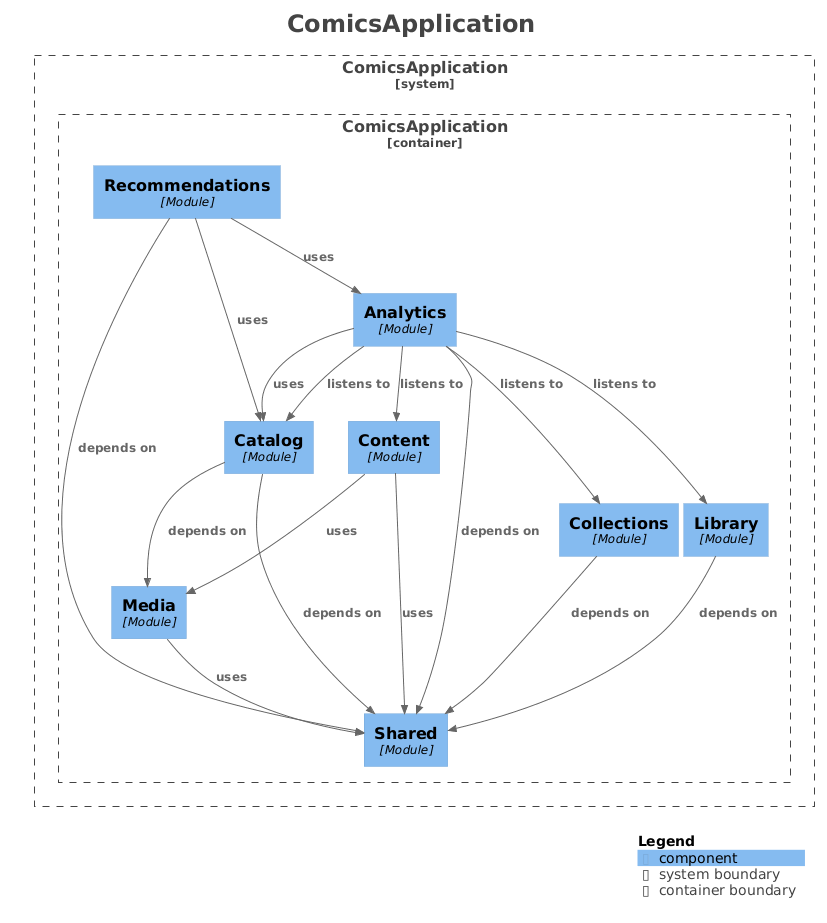
This is misc/images/c4-modules-diagram.png from harakki/comics-backend, a PlantUML export, as it was before one commit.
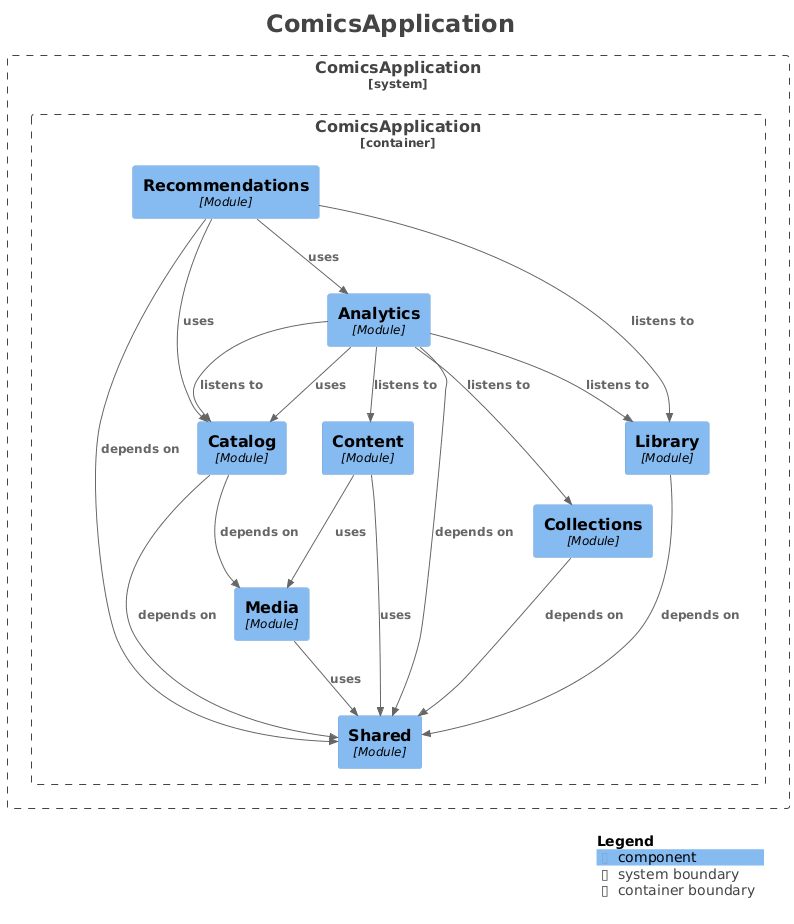
After the change.

Change to the diagram source:
```diff
@@ -29,22 +29,23 @@
 
 }
 
+Rel(ComicsApplication.ComicsApplication.Media, ComicsApplication.ComicsApplication.Shared, "uses", $techn="", $tags="", $link="")
 Rel(ComicsApplication.ComicsApplication.Library, ComicsApplication.ComicsApplication.Shared, "depends on", $techn="", $tags="", $link="")
 Rel(ComicsApplication.ComicsApplication.Catalog, ComicsApplication.ComicsApplication.Shared, "depends on", $techn="", $tags="", $link="")
 Rel(ComicsApplication.ComicsApplication.Catalog, ComicsApplication.ComicsApplication.Media, "depends on", $techn="", $tags="", $link="")
+Rel(ComicsApplication.ComicsApplication.Recommendations, ComicsApplication.ComicsApplication.Library, "listens to", $techn="", $tags="", $link="")
+Rel(ComicsApplication.ComicsApplication.Recommendations, ComicsApplication.ComicsApplication.Shared, "depends on", $techn="", $tags="", $link="")
+Rel(ComicsApplication.ComicsApplication.Recommendations, ComicsApplication.ComicsApplication.Analytics, "uses", $techn="", $tags="", $link="")
+Rel(ComicsApplication.ComicsApplication.Recommendations, ComicsApplication.ComicsApplication.Catalog, "uses", $techn="", $tags="", $link="")
+Rel(ComicsApplication.ComicsApplication.Collections, ComicsApplication.ComicsApplication.Shared, "depends on", $techn="", $tags="", $link="")
+Rel(ComicsApplication.ComicsApplication.Content, ComicsApplication.ComicsApplication.Media, "uses", $techn="", $tags="", $link="")
+Rel(ComicsApplication.ComicsApplication.Content, ComicsApplication.ComicsApplication.Shared, "uses", $techn="", $tags="", $link="")
+Rel(ComicsApplication.ComicsApplication.Analytics, ComicsApplication.ComicsApplication.Catalog, "listens to", $techn="", $tags="", $link="")
+Rel(ComicsApplication.ComicsApplication.Analytics, ComicsApplication.ComicsApplication.Library, "listens to", $techn="", $tags="", $link="")
 Rel(ComicsApplication.ComicsApplication.Analytics, ComicsApplication.ComicsApplication.Collections, "listens to", $techn="", $tags="", $link="")
 Rel(ComicsApplication.ComicsApplication.Analytics, ComicsApplication.ComicsApplication.Content, "listens to", $techn="", $tags="", $link="")
-Rel(ComicsApplication.ComicsApplication.Analytics, ComicsApplication.ComicsApplication.Catalog, "listens to", $techn="", $tags="", $link="")
-Rel(ComicsApplication.ComicsApplication.Analytics, ComicsApplication.ComicsApplication.Library, "listens to", $techn="", $tags="", $link="")
 Rel(ComicsApplication.ComicsApplication.Analytics, ComicsApplication.ComicsApplication.Shared, "depends on", $techn="", $tags="", $link="")
 Rel(ComicsApplication.ComicsApplication.Analytics, ComicsApplication.ComicsApplication.Catalog, "uses", $techn="", $tags="", $link="")
-Rel(ComicsApplication.ComicsApplication.Media, ComicsApplication.ComicsApplication.Shared, "uses", $techn="", $tags="", $link="")
-Rel(ComicsApplication.ComicsApplication.Collections, ComicsApplication.ComicsApplication.Shared, "depends on", $techn="", $tags="", $link="")
-Rel(ComicsApplication.ComicsApplication.Recommendations, ComicsApplication.ComicsApplication.Shared, "depends on", $techn="", $tags="", $link="")
-Rel(ComicsApplication.ComicsApplication.Recommendations, ComicsApplication.ComicsApplication.Catalog, "uses", $techn="", $tags="", $link="")
-Rel(ComicsApplication.ComicsApplication.Recommendations, ComicsApplication.ComicsApplication.Analytics, "uses", $techn="", $tags="", $link="")
-Rel(ComicsApplication.ComicsApplication.Content, ComicsApplication.ComicsApplication.Media, "uses", $techn="", $tags="", $link="")
-Rel(ComicsApplication.ComicsApplication.Content, ComicsApplication.ComicsApplication.Shared, "uses", $techn="", $tags="", $link="")
 
 SHOW_LEGEND(true)
 hide stereotypes
```
